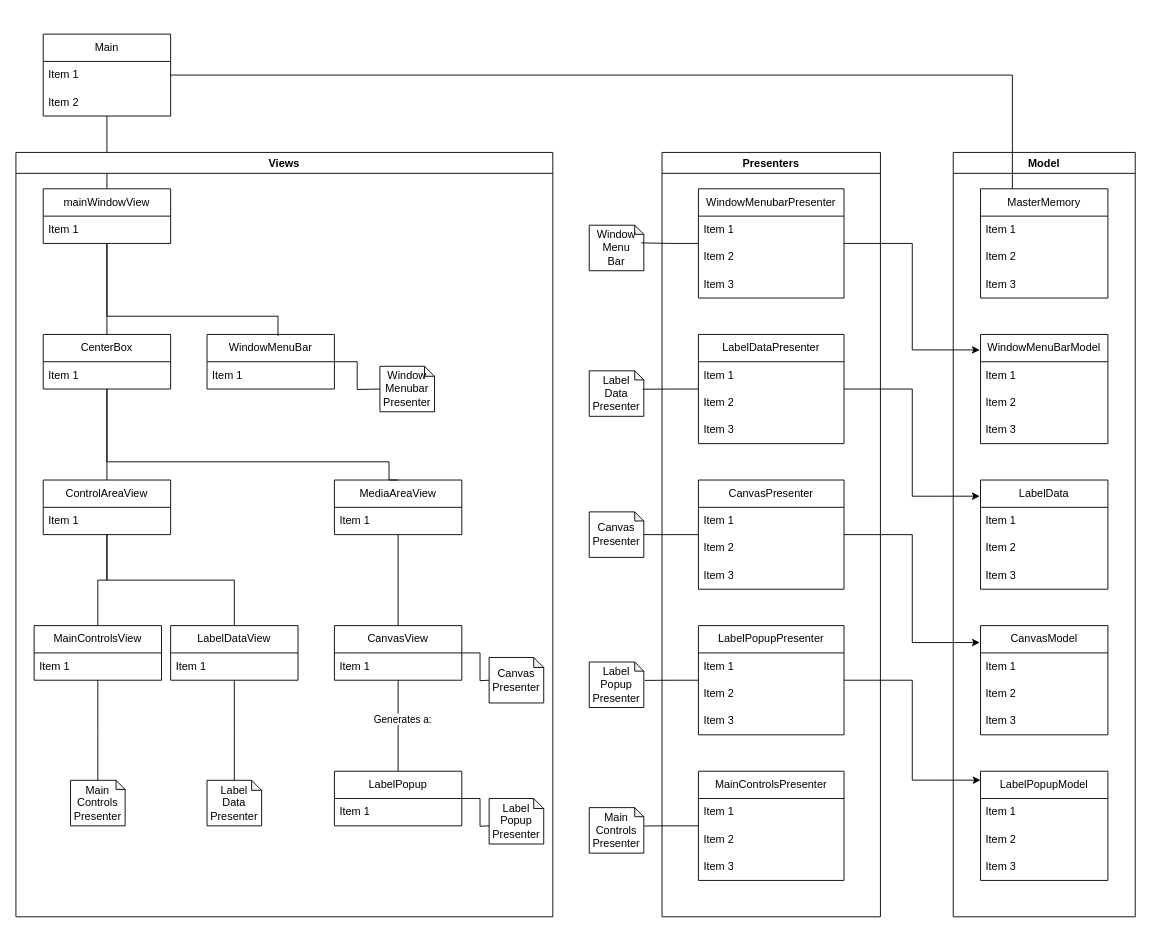
TSABM/inbre-retina keeps this draw.io diagram as BetterDemo/DesignDocuments/masterUML.drawio. Above is the earlier version. Source tidied: cells renumbered, new cells numbered last; positions are measured from the earlier drawing's top-left corner, leaving out a move shared by most shapes. Both pictures are drawn from the tidied source at 91%, with x=0, y=0 at pixel (15, 34).
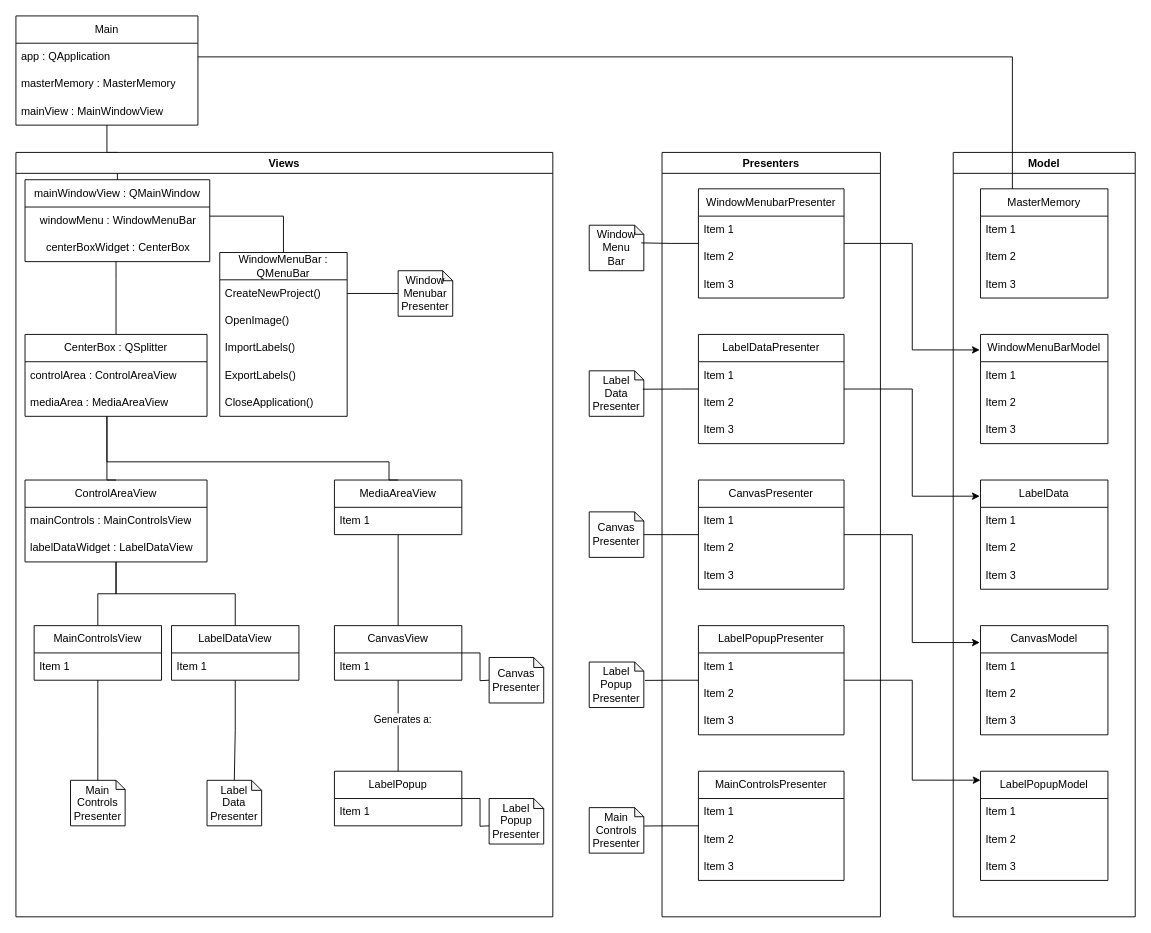
The same diagram, later.

The change refers to these unchanged cells:
```xml
<mxCell id="6" value="Views" style="swimlane;whiteSpace=wrap;html=1;" parent="1" vertex="1">
  <mxGeometry y="130" width="590" height="840" as="geometry" />
</mxCell>
```

The edit, as a diff of the source:
```diff
@@
     <mxCell id="3" value="Main" style="swimlane;fontStyle=0;horizontal=1;startSize=30;whiteSpace=wrap;html=1;" parent="1" vertex="1">
-      <mxGeometry x="30" width="140" height="90" as="geometry" />
+      <mxGeometry y="-20" width="200" height="120" as="geometry" />
     </mxCell>
-    <mxCell id="4" value="Item 1" style="text;strokeColor=none;fillColor=none;align=left;verticalAlign=middle;spacingLeft=4;spacingRight=4;overflow=hidden;points=[[0,0.5],[1,0.5]];portConstraint=eastwest;whiteSpace=wrap;html=1;" parent="3" vertex="1">
-      <mxGeometry y="30" width="140" height="30" as="geometry" />
+    <mxCell id="4" value="app : QApplication" style="text;strokeColor=none;fillColor=none;align=left;verticalAlign=middle;spacingLeft=4;spacingRight=4;overflow=hidden;points=[[0,0.5],[1,0.5]];portConstraint=eastwest;whiteSpace=wrap;html=1;" parent="3" vertex="1">
+      <mxGeometry y="30" width="200" height="30" as="geometry" />
     </mxCell>
-    <mxCell id="5" value="Item 2" style="text;strokeColor=none;fillColor=none;align=left;verticalAlign=middle;spacingLeft=4;spacingRight=4;overflow=hidden;whiteSpace=wrap;html=1;" parent="3" vertex="1">
-      <mxGeometry y="60" width="140" height="30" as="geometry" />
+    <mxCell id="5" value="masterMemory : MasterMemory" style="text;strokeColor=none;fillColor=none;align=left;verticalAlign=middle;spacingLeft=4;spacingRight=4;overflow=hidden;whiteSpace=wrap;html=1;" parent="3" vertex="1">
+      <mxGeometry y="60" width="200" height="30" as="geometry" />
     </mxCell>
+    <mxCell id="101" value="mainView : MainWindowView" style="text;strokeColor=none;fillColor=none;align=left;verticalAlign=middle;spacingLeft=4;spacingRight=4;overflow=hidden;whiteSpace=wrap;html=1;" parent="3" vertex="1">
+      <mxGeometry y="90" width="200" height="30" as="geometry" />
+    </mxCell>
@@
     <mxCell id="7" style="edgeStyle=orthogonalEdgeStyle;rounded=0;jettySize=auto;html=1;endArrow=none;endFill=0;" parent="6" edge="1" source="8" target="15">
-      <mxGeometry relative="1" as="geometry" />
+      <mxGeometry relative="1" as="geometry">
+        <Array as="points">
+          <mxPoint x="110" y="140" />
+          <mxPoint x="110" y="140" />
+        </Array>
+      </mxGeometry>
     </mxCell>
-    <mxCell id="8" value="mainWindowView" style="swimlane;fontStyle=0;horizontal=1;startSize=30;whiteSpace=wrap;html=1;" parent="6" vertex="1">
-      <mxGeometry x="30" y="40" width="140" height="60" as="geometry" />
+    <mxCell id="8" value="mainWindowView : QMainWindow" style="swimlane;fontStyle=0;horizontal=1;startSize=30;whiteSpace=wrap;html=1;" parent="6" vertex="1">
+      <mxGeometry x="10" y="30" width="203" height="90" as="geometry" />
     </mxCell>
-    <mxCell id="9" value="Item 1" style="text;strokeColor=none;fillColor=none;align=left;verticalAlign=middle;spacingLeft=4;spacingRight=4;overflow=hidden;whiteSpace=wrap;html=1;" parent="8" vertex="1">
-      <mxGeometry y="30" width="140" height="30" as="geometry" />
-    </mxCell>
+    <mxCell id="102" value="&lt;div&gt;windowMenu : WindowMenuBar&lt;/div&gt;" style="text;html=1;align=center;verticalAlign=middle;strokeColor=none;fillColor=none;" parent="8" vertex="1">
+      <mxGeometry y="30" width="203" height="30" as="geometry" />
+    </mxCell>
+    <mxCell id="103" value="centerBoxWidget : CenterBox" style="text;html=1;align=center;verticalAlign=middle;strokeColor=none;fillColor=none;" parent="8" vertex="1">
+      <mxGeometry y="60" width="203" height="30" as="geometry" />
+    </mxCell>
@@
     <mxCell id="12" value="ControlAreaView" style="swimlane;fontStyle=0;horizontal=1;startSize=30;whiteSpace=wrap;html=1;" parent="6" vertex="1">
-      <mxGeometry x="30" y="360" width="140" height="60" as="geometry" />
+      <mxGeometry x="10" y="360" width="200" height="90" as="geometry" />
     </mxCell>
-    <mxCell id="13" value="Item 1" style="text;strokeColor=none;fillColor=none;align=left;verticalAlign=middle;spacingLeft=4;spacingRight=4;overflow=hidden;whiteSpace=wrap;html=1;" parent="12" vertex="1">
-      <mxGeometry y="30" width="140" height="30" as="geometry" />
+    <mxCell id="13" value="mainControls : MainControlsView" style="text;strokeColor=none;fillColor=none;align=left;verticalAlign=middle;spacingLeft=4;spacingRight=4;overflow=hidden;whiteSpace=wrap;html=1;" parent="12" vertex="1">
+      <mxGeometry y="30" width="200" height="30" as="geometry" />
     </mxCell>
+    <mxCell id="104" value="labelDataWidget : LabelDataView" style="text;strokeColor=none;fillColor=none;align=left;verticalAlign=middle;spacingLeft=4;spacingRight=4;overflow=hidden;whiteSpace=wrap;html=1;" parent="12" vertex="1">
+      <mxGeometry y="60" width="200" height="30" as="geometry" />
+    </mxCell>
     <mxCell id="14" style="edgeStyle=orthogonalEdgeStyle;rounded=0;jettySize=auto;html=1;entryX=0.5;entryY=0;entryDx=0;entryDy=0;endArrow=none;endFill=0;" parent="6" edge="1" source="15" target="12">
-      <mxGeometry relative="1" as="geometry" />
+      <mxGeometry relative="1" as="geometry">
+        <Array as="points">
+          <mxPoint x="100" y="310" />
+          <mxPoint x="100" y="310" />
+        </Array>
+      </mxGeometry>
     </mxCell>
-    <mxCell id="15" value="CenterBox" style="swimlane;fontStyle=0;horizontal=1;startSize=30;whiteSpace=wrap;html=1;" parent="6" vertex="1">
-      <mxGeometry x="30" y="200" width="140" height="60" as="geometry" />
+    <mxCell id="15" value="CenterBox : QSplitter" style="swimlane;fontStyle=0;horizontal=1;startSize=30;whiteSpace=wrap;html=1;" parent="6" vertex="1">
+      <mxGeometry x="10" y="200" width="200" height="90" as="geometry" />
     </mxCell>
-    <mxCell id="16" value="Item 1" style="text;strokeColor=none;fillColor=none;align=left;verticalAlign=middle;spacingLeft=4;spacingRight=4;overflow=hidden;whiteSpace=wrap;html=1;" parent="15" vertex="1">
-      <mxGeometry y="30" width="140" height="30" as="geometry" />
+    <mxCell id="16" value="controlArea : ControlAreaView" style="text;strokeColor=none;fillColor=none;align=left;verticalAlign=middle;spacingLeft=4;spacingRight=4;overflow=hidden;whiteSpace=wrap;html=1;" parent="15" vertex="1">
+      <mxGeometry y="30" width="200" height="30" as="geometry" />
     </mxCell>
+    <mxCell id="105" value="mediaArea : MediaAreaView" style="text;strokeColor=none;fillColor=none;align=left;verticalAlign=middle;spacingLeft=4;spacingRight=4;overflow=hidden;whiteSpace=wrap;html=1;" parent="15" vertex="1">
+      <mxGeometry y="60" width="200" height="30" as="geometry" />
+    </mxCell>
-    <mxCell id="17" style="edgeStyle=orthogonalEdgeStyle;rounded=0;jettySize=auto;html=1;endArrow=none;endFill=0;" parent="6" edge="1" source="18">
-      <mxGeometry relative="1" as="geometry">
-        <mxPoint x="400" y="260" as="targetPoint" />
-      </mxGeometry>
+    <mxCell id="17" style="edgeStyle=orthogonalEdgeStyle;rounded=0;jettySize=auto;html=1;endArrow=none;endFill=0;exitX=1;exitY=0.5;exitDx=0;exitDy=0;entryX=0;entryY=0.5;entryDx=0;entryDy=0;entryPerimeter=0;" parent="6" edge="1" source="107" target="42">
+      <mxGeometry relative="1" as="geometry" />
     </mxCell>
-    <mxCell id="18" value="WindowMenuBar" style="swimlane;fontStyle=0;horizontal=1;startSize=30;whiteSpace=wrap;html=1;" parent="6" vertex="1">
-      <mxGeometry x="210" y="200" width="140" height="60" as="geometry" />
-    </mxCell>
-    <mxCell id="19" value="Item 1" style="text;strokeColor=none;fillColor=none;align=left;verticalAlign=middle;spacingLeft=4;spacingRight=4;overflow=hidden;whiteSpace=wrap;html=1;" parent="18" vertex="1">
-      <mxGeometry y="30" width="140" height="30" as="geometry" />
-    </mxCell>
-    <mxCell id="20" style="edgeStyle=orthogonalEdgeStyle;rounded=0;jettySize=auto;html=1;entryX=0.557;entryY=0.028;entryDx=0;entryDy=0;entryPerimeter=0;endArrow=none;endFill=0;" parent="6" edge="1" source="8" target="18">
-      <mxGeometry relative="1" as="geometry">
-        <Array as="points">
-          <mxPoint x="100" y="180" />
-          <mxPoint x="288" y="180" />
-        </Array>
-      </mxGeometry>
-    </mxCell>
@@
     <mxCell id="22" value="LabelDataView" style="swimlane;fontStyle=0;horizontal=1;startSize=30;whiteSpace=wrap;html=1;" parent="6" vertex="1">
-      <mxGeometry x="170" y="520" width="140" height="60" as="geometry" />
+      <mxGeometry x="171" y="520" width="140" height="60" as="geometry" />
     </mxCell>
@@
     <mxCell id="42" value="&lt;div&gt;Window&lt;/div&gt;&lt;div&gt;Menubar&lt;/div&gt;&lt;div&gt;Presenter&lt;/div&gt;" style="shape=note;whiteSpace=wrap;html=1;backgroundOutline=1;darkOpacity=0.05;size=11;" parent="6" vertex="1">
-      <mxGeometry x="400" y="235" width="60" height="50" as="geometry" />
+      <mxGeometry x="420" y="130" width="60" height="50" as="geometry" />
     </mxCell>
+    <mxCell id="106" value="WindowMenuBar : QMenuBar" style="swimlane;fontStyle=0;horizontal=1;startSize=30;whiteSpace=wrap;html=1;" parent="6" vertex="1">
+      <mxGeometry x="224" y="110" width="140" height="180" as="geometry" />
+    </mxCell>
+    <mxCell id="107" value="CreateNewProject()" style="text;strokeColor=none;fillColor=none;align=left;verticalAlign=middle;spacingLeft=4;spacingRight=4;overflow=hidden;points=[[0,0.5],[1,0.5]];portConstraint=eastwest;whiteSpace=wrap;html=1;" parent="106" vertex="1">
+      <mxGeometry y="30" width="140" height="30" as="geometry" />
+    </mxCell>
+    <mxCell id="108" value="OpenImage()" style="text;strokeColor=none;fillColor=none;align=left;verticalAlign=middle;spacingLeft=4;spacingRight=4;overflow=hidden;whiteSpace=wrap;html=1;" parent="106" vertex="1">
+      <mxGeometry y="60" width="140" height="30" as="geometry" />
+    </mxCell>
+    <mxCell id="109" value="ImportLabels()" style="text;strokeColor=none;fillColor=none;align=left;verticalAlign=middle;spacingLeft=4;spacingRight=4;overflow=hidden;whiteSpace=wrap;html=1;" parent="106" vertex="1">
+      <mxGeometry y="90" width="140" height="30" as="geometry" />
+    </mxCell>
+    <mxCell id="110" value="ExportLabels()" style="text;strokeColor=none;fillColor=none;align=left;verticalAlign=middle;spacingLeft=4;spacingRight=4;overflow=hidden;whiteSpace=wrap;html=1;" parent="106" vertex="1">
+      <mxGeometry y="120" width="140" height="30" as="geometry" />
+    </mxCell>
+    <mxCell id="111" value="CloseApplication()" style="text;strokeColor=none;fillColor=none;align=left;verticalAlign=middle;spacingLeft=4;spacingRight=4;overflow=hidden;whiteSpace=wrap;html=1;" parent="106" vertex="1">
+      <mxGeometry y="150" width="140" height="30" as="geometry" />
+    </mxCell>
+    <mxCell id="20" style="edgeStyle=orthogonalEdgeStyle;rounded=0;jettySize=auto;html=1;entryX=0.5;entryY=0;entryDx=0;entryDy=0;endArrow=none;endFill=0;" parent="6" edge="1" source="8" target="106">
+      <mxGeometry relative="1" as="geometry">
+        <Array as="points">
+          <mxPoint x="294" y="70" />
+        </Array>
+      </mxGeometry>
+    </mxCell>
```
